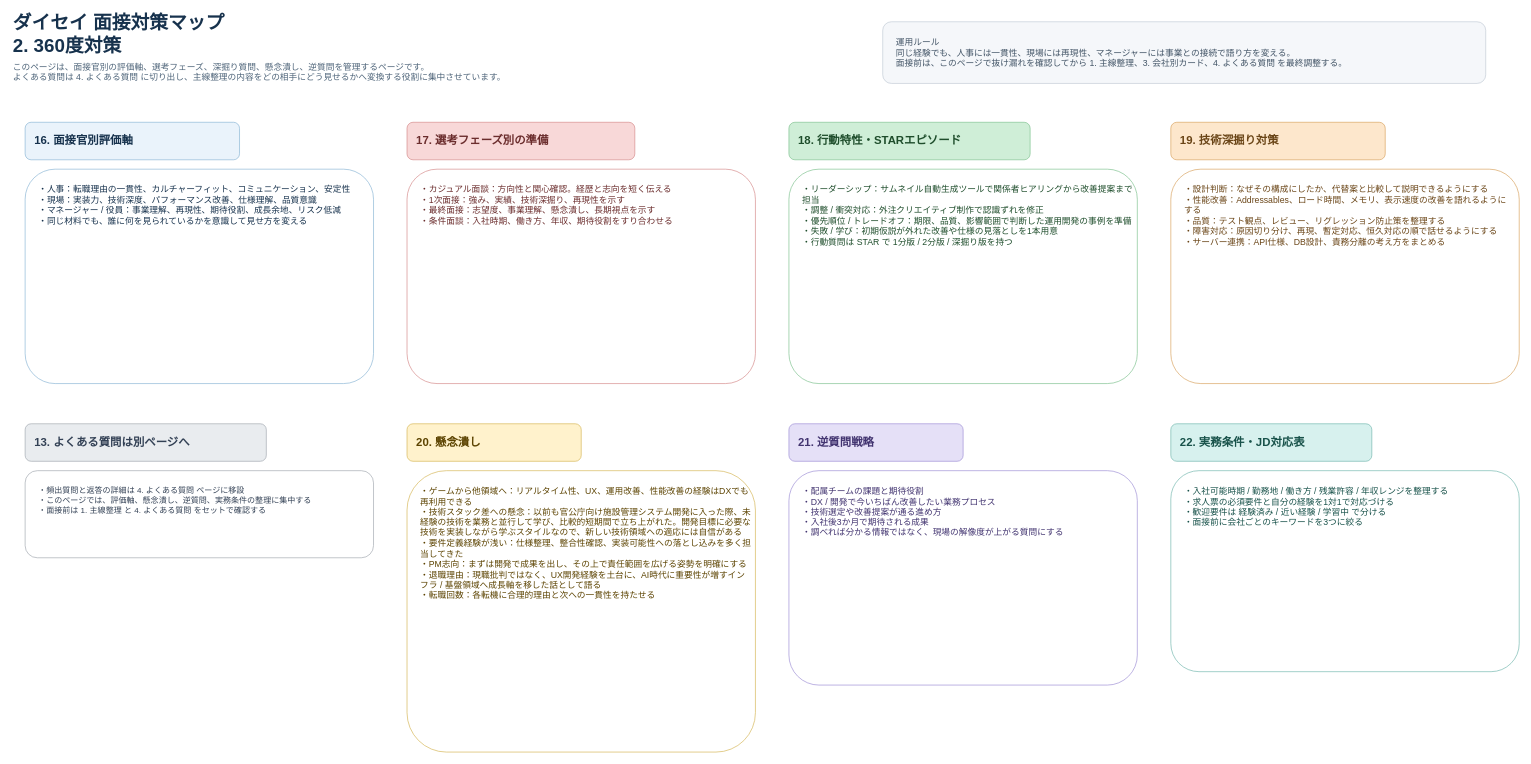
bodacheng/ForInterview keeps this draw.io diagram as page "2. 360度対策" (2 of 5) of interview-prep-structure.drawio. Above is the earlier version. Source tidied: cells renumbered, new cells numbered last; positions are measured from the earlier drawing's top-left corner, leaving out a move shared by most shapes. Both pictures are drawn from the tidied source at 67%, with x=0, y=0 at pixel (11, 15).
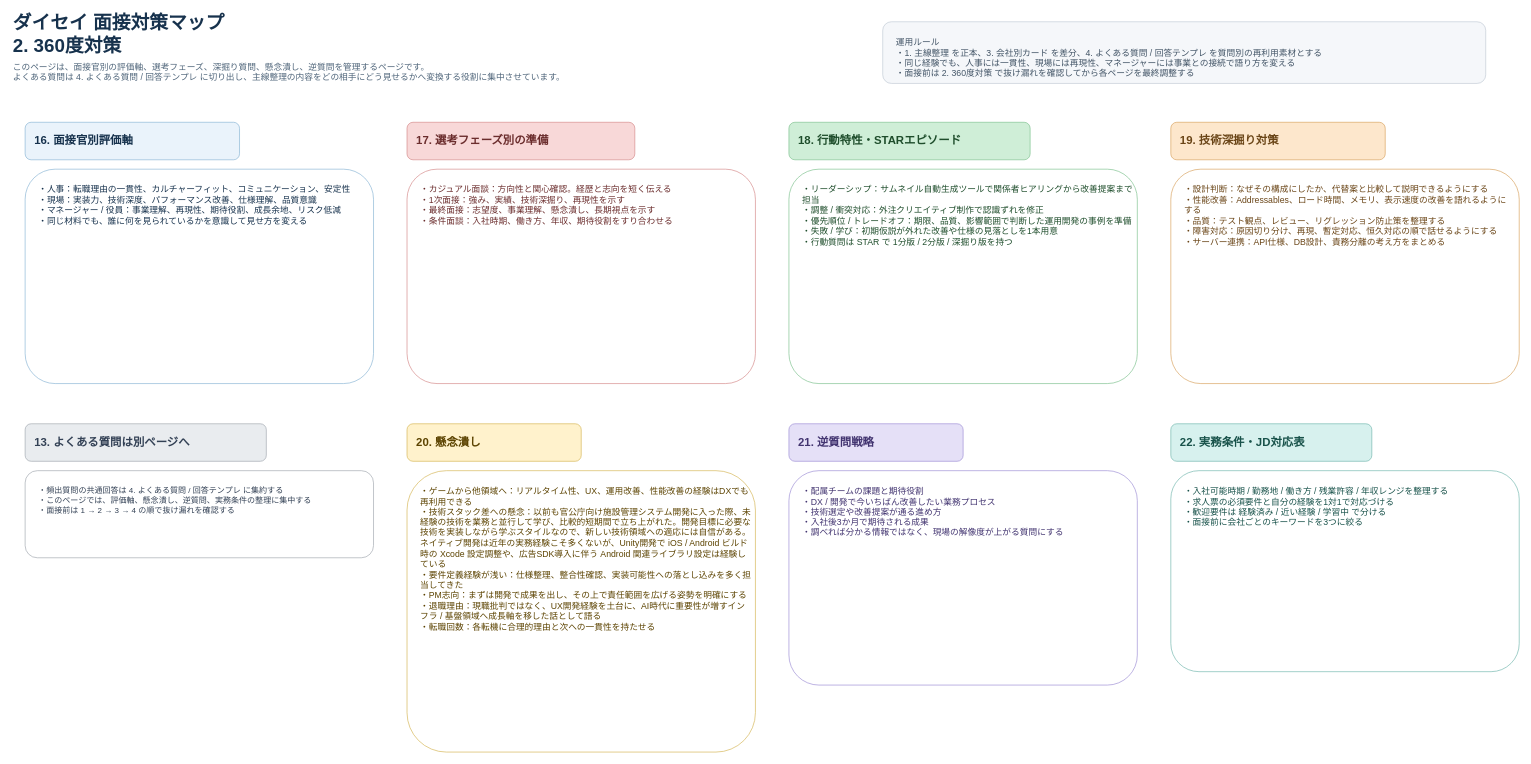
The same page after the edit.

Diff of the diagram source:
```diff
@@
-    <mxCell id="3" value="このページは、面接官別の評価軸、選考フェーズ、深掘り質問、懸念潰し、逆質問を管理するページです。&#10;よくある質問は 4. よくある質問 に切り出し、主線整理の内容をどの相手にどう見せるかへ変換する役割に集中させています。" style="text;html=1;strokeColor=none;fillColor=none;align=left;verticalAlign=middle;whiteSpace=wrap;rounded=0;fontSize=13;fontColor=#4F657A;" parent="1" vertex="1">
+    <mxCell id="3" value="このページは、面接官別の評価軸、選考フェーズ、深掘り質問、懸念潰し、逆質問を管理するページです。&#10;よくある質問は 4. よくある質問 / 回答テンプレ に切り出し、主線整理の内容をどの相手にどう見せるかへ変換する役割に集中させています。" style="text;html=1;strokeColor=none;fillColor=none;align=left;verticalAlign=middle;whiteSpace=wrap;rounded=0;fontSize=13;fontColor=#4F657A;" parent="1" vertex="1">
       <mxGeometry y="60" width="1200" height="50" as="geometry" />
     </mxCell>
-    <mxCell id="4" value="運用ルール&#10;同じ経験でも、人事には一貫性、現場には再現性、マネージャーには事業との接続で語り方を変える。&#10;面接前は、このページで抜け漏れを確認してから 1. 主線整理、3. 会社別カード、4. よくある質問 を最終調整する。" style="rounded=1;whiteSpace=wrap;html=1;align=left;verticalAlign=top;spacing=8;spacingLeft=12;spacingTop=10;fillColor=#F5F7FA;strokeColor=#C2CBD6;fontSize=13;fontColor=#425466;arcSize=14;" parent="1" vertex="1">
+    <mxCell id="4" value="運用ルール&#10;・1. 主線整理 を正本、3. 会社別カード を差分、4. よくある質問 / 回答テンプレ を質問別の再利用素材とする&#10;・同じ経験でも、人事には一貫性、現場には再現性、マネージャーには事業との接続で語り方を変える&#10;・面接前は 2. 360度対策 で抜け漏れを確認してから各ページを最終調整する" style="rounded=1;whiteSpace=wrap;html=1;align=left;verticalAlign=top;spacing=8;spacingLeft=12;spacingTop=10;fillColor=#F5F7FA;strokeColor=#C2CBD6;fontSize=13;fontColor=#425466;arcSize=14;" parent="1" vertex="1">
       <mxGeometry x="1300" y="10" width="900" height="92" as="geometry" />
     </mxCell>
@@
-    <mxCell id="14" value="・頻出質問と返答の詳細は 4. よくある質問 ページに移設&#10;・このページでは、評価軸、懸念潰し、逆質問、実務条件の整理に集中する&#10;・面接前は 1. 主線整理 と 4. よくある質問 をセットで確認する" style="rounded=1;whiteSpace=wrap;html=1;align=left;verticalAlign=top;spacing=8;spacingLeft=12;spacingTop=10;fillColor=#FFFFFF;strokeColor=#A2A9B0;fontSize=12;fontColor=#334155;arcSize=14;" parent="1" vertex="1">
+    <mxCell id="14" value="・頻出質問の共通回答は 4. よくある質問 / 回答テンプレ に集約する&#10;・このページでは、評価軸、懸念潰し、逆質問、実務条件の整理に集中する&#10;・面接前は 1 → 2 → 3 → 4 の順で抜け漏れを確認する" style="rounded=1;whiteSpace=wrap;html=1;align=left;verticalAlign=top;spacing=8;spacingLeft=12;spacingTop=10;fillColor=#FFFFFF;strokeColor=#A2A9B0;fontSize=12;fontColor=#334155;arcSize=14;" parent="1" vertex="1">
       <mxGeometry x="20" y="680" width="520" height="130" as="geometry" />
     </mxCell>
@@
-    <mxCell id="16" value="・ゲームから他領域へ：リアルタイム性、UX、運用改善、性能改善の経験はDXでも再利用できる&#10;・技術スタック差への懸念：以前も官公庁向け施設管理システム開発に入った際、未経験の技術を業務と並行して学び、比較的短期間で立ち上がれた。開発目標に必要な技術を実装しながら学ぶスタイルなので、新しい技術領域への適応には自信がある&#10;・要件定義経験が浅い：仕様整理、整合性確認、実装可能性への落とし込みを多く担当してきた&#10;・PM志向：まずは開発で成果を出し、その上で責任範囲を広げる姿勢を明確にする&#10;・退職理由：現職批判ではなく、UX開発経験を土台に、AI時代に重要性が増すインフラ / 基盤領域へ成長軸を移した話として語る&#10;・転職回数：各転機に合理的理由と次への一貫性を持たせる" style="rounded=1;whiteSpace=wrap;html=1;align=left;verticalAlign=top;spacing=8;spacingLeft=12;spacingTop=10;fillColor=#FFFFFF;strokeColor=#D6B656;fontSize=13;fontColor=#5C4300;arcSize=14;" parent="1" vertex="1">
+    <mxCell id="16" value="・ゲームから他領域へ：リアルタイム性、UX、運用改善、性能改善の経験はDXでも再利用できる&#10;・技術スタック差への懸念：以前も官公庁向け施設管理システム開発に入った際、未経験の技術を業務と並行して学び、比較的短期間で立ち上がれた。開発目標に必要な技術を実装しながら学ぶスタイルなので、新しい技術領域への適応には自信がある。ネイティブ開発は近年の実務経験こそ多くないが、Unity開発で iOS / Android ビルド時の Xcode 設定調整や、広告SDK導入に伴う Android 関連ライブラリ設定は経験している&#10;・要件定義経験が浅い：仕様整理、整合性確認、実装可能性への落とし込みを多く担当してきた&#10;・PM志向：まずは開発で成果を出し、その上で責任範囲を広げる姿勢を明確にする&#10;・退職理由：現職批判ではなく、UX開発経験を土台に、AI時代に重要性が増すインフラ / 基盤領域へ成長軸を移した話として語る&#10;・転職回数：各転機に合理的理由と次への一貫性を持たせる" style="rounded=1;whiteSpace=wrap;html=1;align=left;verticalAlign=top;spacing=8;spacingLeft=12;spacingTop=10;fillColor=#FFFFFF;strokeColor=#D6B656;fontSize=13;fontColor=#5C4300;arcSize=14;" parent="1" vertex="1">
       <mxGeometry x="590" y="680" width="520" height="420" as="geometry" />
     </mxCell>
```
